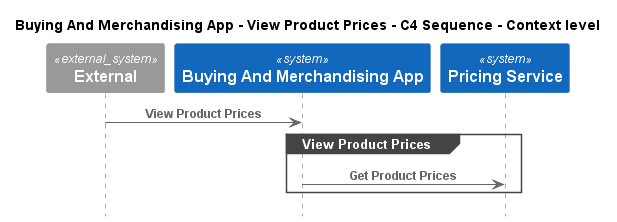
Earlier version of the PlantUML export e-commerce-platform/Software Systems/Buying And Merchandising App/Interfaces/View Product Prices/Context - C4 Sequence.png (C4InterFlow/architecture-as-code-samples). Source of this version:
```plantuml
@startuml
!pragma layout smetana
!include ..\..\..\..\.c4s\C4_Sequence.puml

title Buying And Merchandising App - View Product Prices - C4 Sequence - Context level

System_Ext(C4InterFlow.SoftwareSystems.ExternalSystem, "External", "")
System(ECommercePlatform.SoftwareSystems.BuyingAndMerchandisingApp, "Buying And Merchandising App", "")
System(ECommercePlatform.SoftwareSystems.PricingService, "Pricing Service", "")

Rel(C4InterFlow.SoftwareSystems.ExternalSystem, ECommercePlatform.SoftwareSystems.BuyingAndMerchandisingApp, "View Product Prices")
group View Product Prices
Rel(ECommercePlatform.SoftwareSystems.BuyingAndMerchandisingApp, ECommercePlatform.SoftwareSystems.PricingService, "Get Product Prices")
end


@enduml
```
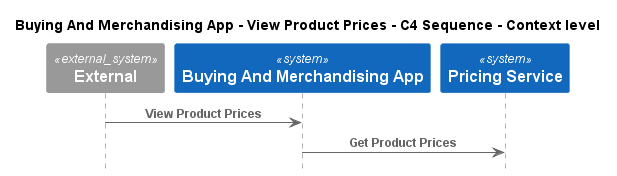
After the change.

Diff of the diagram source:
```diff
@@ -9,9 +9,7 @@
 System(ECommercePlatform.SoftwareSystems.PricingService, "Pricing Service", "")
 
 Rel(C4InterFlow.SoftwareSystems.ExternalSystem, ECommercePlatform.SoftwareSystems.BuyingAndMerchandisingApp, "View Product Prices")
-group View Product Prices
 Rel(ECommercePlatform.SoftwareSystems.BuyingAndMerchandisingApp, ECommercePlatform.SoftwareSystems.PricingService, "Get Product Prices")
-end
 
 
 @enduml
```
